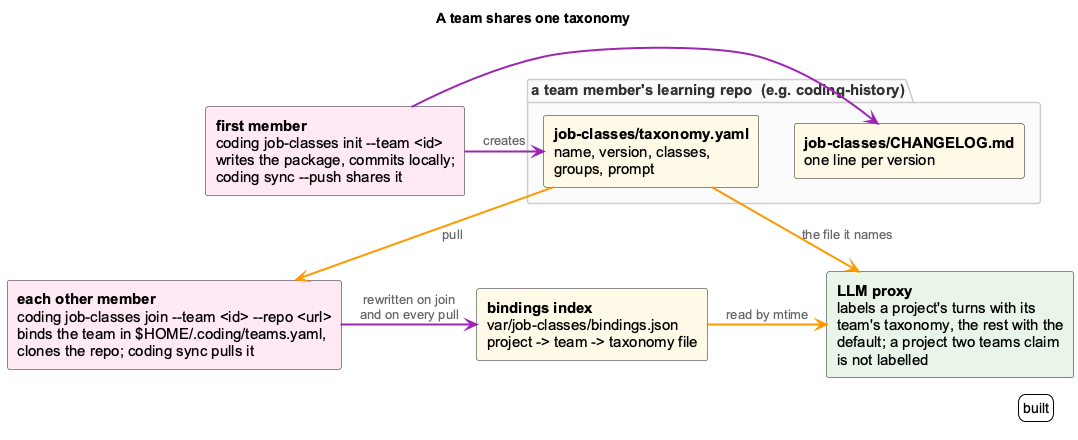
Earlier version of the PlantUML export docs-content/images/job-class-team-sharing.png (fwornle/coding). Its diagram source:
```plantuml
@startuml job-class-team-sharing
!include _standard-style.puml
skinparam defaultFontSize 15
skinparam componentFontSize 15
skinparam arrowFontSize 13
skinparam shadowing false
skinparam componentStyle rectangle
hide stereotype
title A team shares one taxonomy

package "a team member's learning repo  (e.g. coding-history)" {
  component "**job-classes/taxonomy.yaml**\nname, version, classes,\ngroups, prompt" as tax <<storage>>
  component "**job-classes/CHANGELOG.md**\none line per version" as log <<storage>>
}

component "**first member**\ncoding job-classes init --team <id>\nwrites the package, commits locally;\ncoding sync --push shares it" as first <<cli>>
component "**each other member**\ncoding job-classes join ~--team <id> ~--repo <url>\nbinds the team in $HOME/.coding/teams.yaml,\nclones the repo; coding sync pulls it" as member <<cli>>
component "**bindings index**\nvar/job-classes/bindings.json\nproject -> team -> taxonomy file" as index <<storage>>
component "**LLM proxy**\nlabels a project's turns with its\nteam's taxonomy, the rest with the\ndefault; a project two teams claim\nis not labelled" as proxy <<core>>

first -[#9C27B0,thickness=2]right-> tax : creates
first -[#9C27B0,thickness=2]right-> log
tax -[#FF9800,thickness=2]down-> member : pull
member -[#9C27B0,thickness=2]right-> index : rewritten on join\nand on every pull
index -[#FF9800,thickness=2]right-> proxy : read by mtime
tax -[#FF9800,thickness=2]down-> proxy : the file it names
tax -[hidden]right- log

legend right
  built
endlegend
@enduml
```
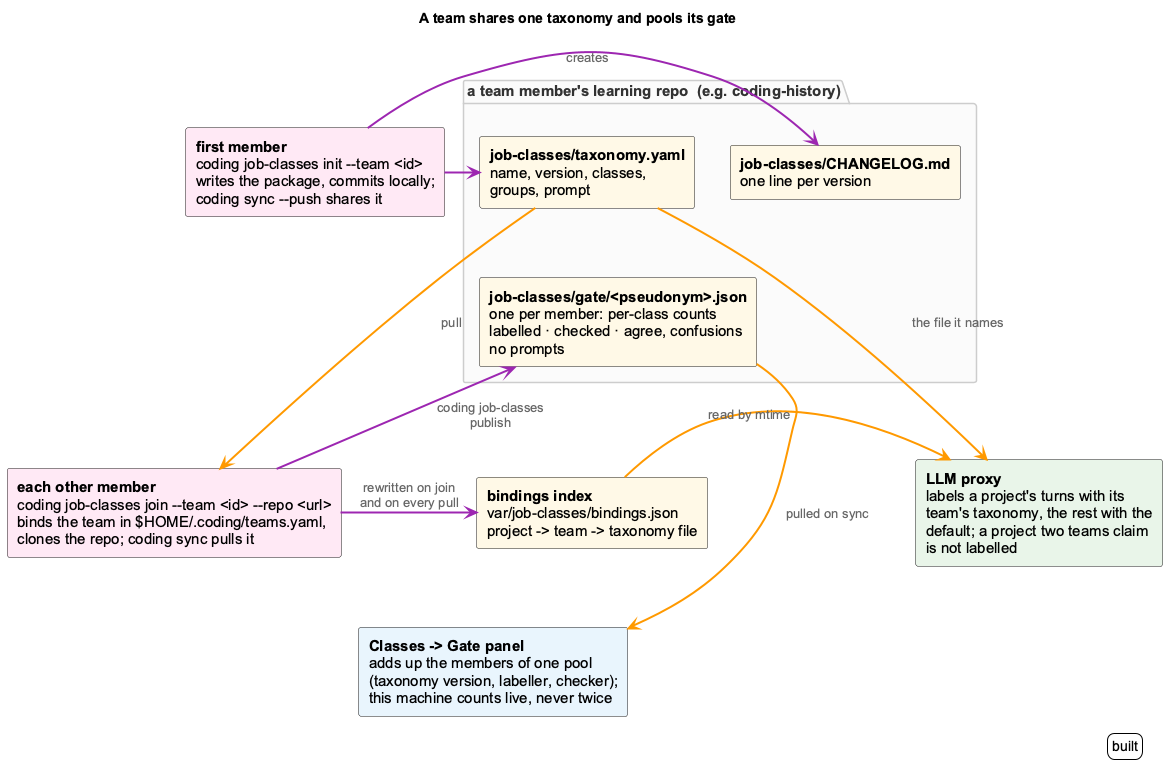
Later version of the same file.

The edit, as a diff of the source:
```diff
@@ -6,25 +6,31 @@
 skinparam shadowing false
 skinparam componentStyle rectangle
 hide stereotype
-title A team shares one taxonomy
+title A team shares one taxonomy and pools its gate
 
 package "a team member's learning repo  (e.g. coding-history)" {
   component "**job-classes/taxonomy.yaml**\nname, version, classes,\ngroups, prompt" as tax <<storage>>
   component "**job-classes/CHANGELOG.md**\none line per version" as log <<storage>>
+  component "**job-classes/gate/<pseudonym>.json**\none per member: per-class counts\nlabelled · checked · agree, confusions\nno prompts" as gate <<storage>>
 }
 
 component "**first member**\ncoding job-classes init --team <id>\nwrites the package, commits locally;\ncoding sync --push shares it" as first <<cli>>
 component "**each other member**\ncoding job-classes join ~--team <id> ~--repo <url>\nbinds the team in $HOME/.coding/teams.yaml,\nclones the repo; coding sync pulls it" as member <<cli>>
 component "**bindings index**\nvar/job-classes/bindings.json\nproject -> team -> taxonomy file" as index <<storage>>
+component "**Classes -> Gate panel**\nadds up the members of one pool\n(taxonomy version, labeller, checker);\nthis machine counts live, never twice" as panel <<api>>
 component "**LLM proxy**\nlabels a project's turns with its\nteam's taxonomy, the rest with the\ndefault; a project two teams claim\nis not labelled" as proxy <<core>>
 
-first -[#9C27B0,thickness=2]right-> tax : creates
-first -[#9C27B0,thickness=2]right-> log
+first -[#9C27B0,thickness=2]right-> tax
+first -[#9C27B0,thickness=2]right-> log : creates
 tax -[#FF9800,thickness=2]down-> member : pull
 member -[#9C27B0,thickness=2]right-> index : rewritten on join\nand on every pull
 index -[#FF9800,thickness=2]right-> proxy : read by mtime
 tax -[#FF9800,thickness=2]down-> proxy : the file it names
 tax -[hidden]right- log
+tax -[hidden]down- gate
+member -[#9C27B0,thickness=2]up-> gate : coding job-classes\npublish
+member -[hidden]down- panel
+gate -[#FF9800,thickness=2]down-> panel : pulled on sync
 
 legend right
   built
```
